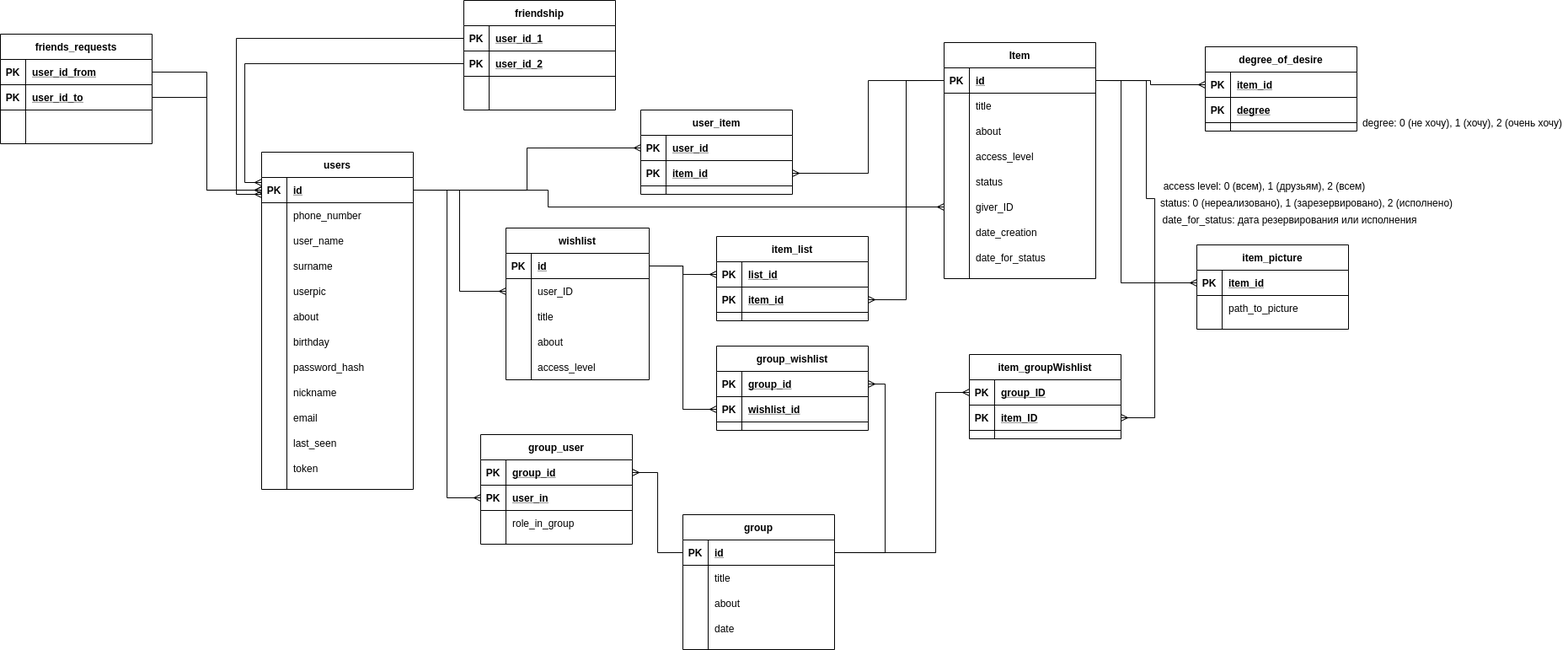
Earlier version of the draw.io export DB_wishlist.png (johuex/wishlist_rest). Source tidied: cells renumbered, new cells last; positions are measured from the earlier drawing's top-left corner, leaving out a move shared by most shapes.
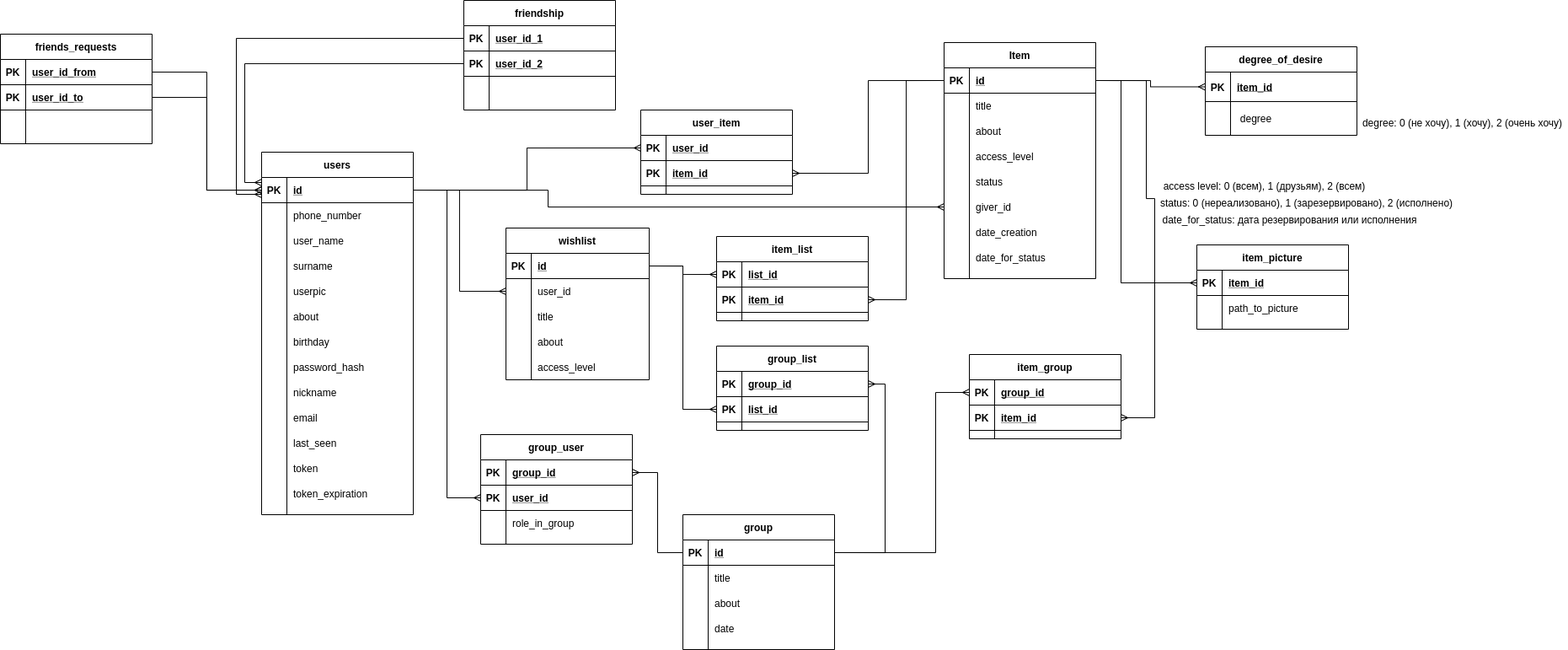
After the commit.

Commit message:
update v2 DB schema; update create_db.sql; moving DB to local

Change to the diagram source:
```diff
@@ -3,7 +3,7 @@
     <mxCell id="0" />
     <mxCell id="1" parent="0" />
     <mxCell id="2" value="users" style="shape=table;startSize=30;rowLines=0;fontStyle=1;align=center;" parent="1" vertex="1">
-      <mxGeometry x="310" y="180" width="180" height="400" as="geometry" />
+      <mxGeometry x="310" y="180" width="180" height="430" as="geometry" />
     </mxCell>
     <mxCell id="3" style="shape=partialRectangle;fillColor=none;top=0;left=0;bottom=1;right=0;points=[[0,0.5],[1,0.5]];portConstraint=eastwest;" parent="2" vertex="1">
       <mxGeometry y="30" width="180" height="30" as="geometry" />
@@ -104,13 +104,22 @@
     <mxCell id="35" value="last_seen" style="shape=partialRectangle;fillColor=none;top=0;left=0;bottom=0;right=0;align=left;spacingLeft=6;overflow=hidden;" parent="33" vertex="1">
       <mxGeometry x="30" width="150" height="30" as="geometry" />
     </mxCell>
+    <mxCell id="187" style="shape=partialRectangle;fillColor=none;top=0;left=0;bottom=0;right=0;" parent="2" vertex="1">
+      <mxGeometry y="360" width="180" height="30" as="geometry" />
+    </mxCell>
+    <mxCell id="188" style="shape=partialRectangle;fillColor=none;top=0;left=0;bottom=0;right=0;overflow=hidden;" parent="187" vertex="1">
+      <mxGeometry width="30" height="30" as="geometry" />
+    </mxCell>
+    <mxCell id="189" value="token" style="shape=partialRectangle;fillColor=none;top=0;left=0;bottom=0;right=0;align=left;spacingLeft=6;overflow=hidden;" parent="187" vertex="1">
+      <mxGeometry x="30" width="150" height="30" as="geometry" />
+    </mxCell>
     <mxCell id="36" style="shape=partialRectangle;fillColor=none;top=0;left=0;bottom=0;right=0;" parent="2" vertex="1">
-      <mxGeometry y="360" width="180" height="30" as="geometry" />
+      <mxGeometry y="390" width="180" height="30" as="geometry" />
     </mxCell>
     <mxCell id="37" style="shape=partialRectangle;fillColor=none;top=0;left=0;bottom=0;right=0;overflow=hidden;" parent="36" vertex="1">
       <mxGeometry width="30" height="30" as="geometry" />
     </mxCell>
-    <mxCell id="38" value="token" style="shape=partialRectangle;fillColor=none;top=0;left=0;bottom=0;right=0;align=left;spacingLeft=6;overflow=hidden;" parent="36" vertex="1">
+    <mxCell id="38" value="token_expiration" style="shape=partialRectangle;fillColor=none;top=0;left=0;bottom=0;right=0;align=left;spacingLeft=6;overflow=hidden;" parent="36" vertex="1">
       <mxGeometry x="30" width="150" height="30" as="geometry" />
     </mxCell>
     <mxCell id="39" style="edgeStyle=orthogonalEdgeStyle;rounded=0;jettySize=auto;html=1;exitX=1;exitY=0.5;exitDx=0;exitDy=0;entryX=0;entryY=0.5;entryDx=0;entryDy=0;endArrow=ERmany;endFill=0;" parent="1" edge="1" source="3" target="122">
@@ -242,7 +251,7 @@
     <mxCell id="75" value="PK" style="shape=partialRectangle;fillColor=none;top=0;left=0;bottom=0;right=0;fontStyle=1;overflow=hidden;" parent="74" vertex="1">
       <mxGeometry width="30" height="30" as="geometry" />
     </mxCell>
-    <mxCell id="76" value="user_in" style="shape=partialRectangle;fillColor=none;top=0;left=0;bottom=0;right=0;align=left;spacingLeft=6;fontStyle=5;overflow=hidden;" parent="74" vertex="1">
+    <mxCell id="76" value="user_id" style="shape=partialRectangle;fillColor=none;top=0;left=0;bottom=0;right=0;align=left;spacingLeft=6;fontStyle=5;overflow=hidden;" parent="74" vertex="1">
       <mxGeometry x="30" width="150" height="30" as="geometry" />
     </mxCell>
     <mxCell id="77" style="shape=partialRectangle;fillColor=none;top=0;left=0;bottom=0;right=0;" parent="70" vertex="1">
@@ -347,7 +356,7 @@
     <mxCell id="110" style="shape=partialRectangle;fillColor=none;top=0;left=0;bottom=0;right=0;overflow=hidden;" parent="109" vertex="1">
       <mxGeometry width="30" height="30" as="geometry" />
     </mxCell>
-    <mxCell id="111" value="giver_ID" style="shape=partialRectangle;fillColor=none;top=0;left=0;bottom=0;right=0;align=left;spacingLeft=6;overflow=hidden;" parent="109" vertex="1">
+    <mxCell id="111" value="giver_id" style="shape=partialRectangle;fillColor=none;top=0;left=0;bottom=0;right=0;align=left;spacingLeft=6;overflow=hidden;" parent="109" vertex="1">
       <mxGeometry x="30" width="150" height="30" as="geometry" />
     </mxCell>
     <mxCell id="112" style="shape=partialRectangle;fillColor=none;top=0;left=0;bottom=0;right=0;" parent="93" vertex="1">
@@ -386,7 +395,7 @@
     <mxCell id="123" style="shape=partialRectangle;fillColor=none;top=0;left=0;bottom=0;right=0;overflow=hidden;" parent="122" vertex="1">
       <mxGeometry width="30" height="30" as="geometry" />
     </mxCell>
-    <mxCell id="124" value="user_ID" style="shape=partialRectangle;fillColor=none;top=0;left=0;bottom=0;right=0;align=left;spacingLeft=6;overflow=hidden;" parent="122" vertex="1">
+    <mxCell id="124" value="user_id" style="shape=partialRectangle;fillColor=none;top=0;left=0;bottom=0;right=0;align=left;spacingLeft=6;overflow=hidden;" parent="122" vertex="1">
       <mxGeometry x="30" width="140" height="30" as="geometry" />
     </mxCell>
     <mxCell id="125" style="shape=partialRectangle;fillColor=none;top=0;left=0;bottom=0;right=0;" parent="118" vertex="1">
@@ -445,7 +454,7 @@
         </Array>
       </mxGeometry>
     </mxCell>
-    <mxCell id="142" value="group_wishlist" style="shape=table;startSize=30;rowLines=0;fontStyle=1;align=center;" parent="1" vertex="1">
+    <mxCell id="142" value="group_list" style="shape=table;startSize=30;rowLines=0;fontStyle=1;align=center;" parent="1" vertex="1">
       <mxGeometry x="850" y="410" width="180" height="100" as="geometry" />
     </mxCell>
     <mxCell id="143" style="shape=partialRectangle;fillColor=none;top=0;left=0;bottom=1;right=0;points=[[0,0.5],[1,0.5]];portConstraint=eastwest;" parent="142" vertex="1">
@@ -463,7 +472,7 @@
     <mxCell id="147" value="PK" style="shape=partialRectangle;fillColor=none;top=0;left=0;bottom=0;right=0;fontStyle=1;overflow=hidden;" parent="146" vertex="1">
       <mxGeometry width="30" height="30" as="geometry" />
     </mxCell>
-    <mxCell id="148" value="wishlist_id" style="shape=partialRectangle;fillColor=none;top=0;left=0;bottom=0;right=0;align=left;spacingLeft=6;fontStyle=5;overflow=hidden;" parent="146" vertex="1">
+    <mxCell id="148" value="list_id" style="shape=partialRectangle;fillColor=none;top=0;left=0;bottom=0;right=0;align=left;spacingLeft=6;fontStyle=5;overflow=hidden;" parent="146" vertex="1">
       <mxGeometry x="30" width="150" height="30" as="geometry" />
     </mxCell>
     <mxCell id="149" style="edgeStyle=orthogonalEdgeStyle;rounded=0;jettySize=auto;html=1;exitX=1;exitY=0.5;exitDx=0;exitDy=0;entryX=1;entryY=0.5;entryDx=0;entryDy=0;endArrow=ERmany;endFill=0;" parent="1" edge="1" source="41" target="143">
@@ -505,7 +514,7 @@
     <mxCell id="161" style="shape=partialRectangle;fillColor=none;top=0;left=0;bottom=0;right=0;align=left;spacingLeft=6;overflow=hidden;" parent="159" vertex="1">
       <mxGeometry x="30" width="150" height="30" as="geometry" />
     </mxCell>
-    <mxCell id="162" value="item_groupWishlist" style="shape=table;startSize=30;rowLines=0;fontStyle=1;align=center;" parent="1" vertex="1">
+    <mxCell id="162" value="item_group" style="shape=table;startSize=30;rowLines=0;fontStyle=1;align=center;" parent="1" vertex="1">
       <mxGeometry x="1150" y="420" width="180" height="100" as="geometry" />
     </mxCell>
     <mxCell id="163" style="shape=partialRectangle;fillColor=none;top=0;left=0;bottom=1;right=0;points=[[0,0.5],[1,0.5]];portConstraint=eastwest;" parent="162" vertex="1">
@@ -514,7 +523,7 @@
     <mxCell id="164" value="PK" style="shape=partialRectangle;fillColor=none;top=0;left=0;bottom=0;right=0;fontStyle=1;overflow=hidden;" parent="163" vertex="1">
       <mxGeometry width="30" height="30" as="geometry" />
     </mxCell>
-    <mxCell id="165" value="group_ID" style="shape=partialRectangle;fillColor=none;top=0;left=0;bottom=0;right=0;align=left;spacingLeft=6;fontStyle=5;overflow=hidden;" parent="163" vertex="1">
+    <mxCell id="165" value="group_id" style="shape=partialRectangle;fillColor=none;top=0;left=0;bottom=0;right=0;align=left;spacingLeft=6;fontStyle=5;overflow=hidden;" parent="163" vertex="1">
       <mxGeometry x="30" width="150" height="30" as="geometry" />
     </mxCell>
     <mxCell id="166" style="shape=partialRectangle;fillColor=none;top=0;left=0;bottom=1;right=0;points=[[0,0.5],[1,0.5]];portConstraint=eastwest;" parent="162" vertex="1">
@@ -523,7 +532,7 @@
     <mxCell id="167" value="PK" style="shape=partialRectangle;fillColor=none;top=0;left=0;bottom=0;right=0;fontStyle=1;overflow=hidden;" parent="166" vertex="1">
       <mxGeometry width="30" height="30" as="geometry" />
     </mxCell>
-    <mxCell id="168" value="item_ID" style="shape=partialRectangle;fillColor=none;top=0;left=0;bottom=0;right=0;align=left;spacingLeft=6;fontStyle=5;overflow=hidden;" parent="166" vertex="1">
+    <mxCell id="168" value="item_id" style="shape=partialRectangle;fillColor=none;top=0;left=0;bottom=0;right=0;align=left;spacingLeft=6;fontStyle=5;overflow=hidden;" parent="166" vertex="1">
       <mxGeometry x="30" width="150" height="30" as="geometry" />
     </mxCell>
     <mxCell id="169" value="degree: 0 (не хочу), 1 (хочу), 2 (очень хочу)" style="text;html=1;align=center;verticalAlign=middle;" parent="1" vertex="1">
@@ -562,28 +571,22 @@
       <mxGeometry x="1370" y="250" width="320" height="20" as="geometry" />
     </mxCell>
     <mxCell id="179" value="degree_of_desire" style="shape=table;startSize=30;rowLines=0;fontStyle=1;align=center;" parent="1" vertex="1">
-      <mxGeometry x="1430" y="55" width="180" height="100" as="geometry" />
+      <mxGeometry x="1430" y="55" width="180" height="105" as="geometry" />
     </mxCell>
     <mxCell id="180" style="shape=partialRectangle;fillColor=none;top=0;left=0;bottom=1;right=0;points=[[0,0.5],[1,0.5]];portConstraint=eastwest;" parent="179" vertex="1">
-      <mxGeometry y="30" width="180" height="30" as="geometry" />
+      <mxGeometry y="30" width="180" height="35" as="geometry" />
     </mxCell>
     <mxCell id="181" value="PK" style="shape=partialRectangle;fillColor=none;top=0;left=0;bottom=0;right=0;fontStyle=1;overflow=hidden;" parent="180" vertex="1">
-      <mxGeometry width="30" height="30" as="geometry" />
+      <mxGeometry width="30" height="35" as="geometry" />
     </mxCell>
     <mxCell id="182" value="item_id" style="shape=partialRectangle;fillColor=none;top=0;left=0;bottom=0;right=0;align=left;spacingLeft=6;fontStyle=5;overflow=hidden;" parent="180" vertex="1">
-      <mxGeometry x="30" width="150" height="30" as="geometry" />
+      <mxGeometry x="30" width="150" height="35" as="geometry" />
     </mxCell>
-    <mxCell id="183" style="shape=partialRectangle;fillColor=none;top=0;left=0;bottom=1;right=0;" parent="179" vertex="1">
-      <mxGeometry y="60" width="180" height="30" as="geometry" />
-    </mxCell>
-    <mxCell id="184" value="PK" style="shape=partialRectangle;fillColor=none;top=0;left=0;bottom=0;right=0;fontStyle=1;overflow=hidden;" parent="183" vertex="1">
-      <mxGeometry width="30" height="30" as="geometry" />
-    </mxCell>
+    <mxCell id="186" style="edgeStyle=orthogonalEdgeStyle;rounded=0;jettySize=auto;html=1;exitX=1;exitY=0.5;exitDx=0;exitDy=0;entryX=0;entryY=0.5;entryDx=0;entryDy=0;endArrow=ERmany;endFill=0;" parent="1" edge="1" source="94" target="180">
+      <mxGeometry relative="1" as="geometry" />
+    </mxCell>
-    <mxCell id="185" value="degree" style="shape=partialRectangle;fillColor=none;top=0;left=0;bottom=0;right=0;align=left;spacingLeft=6;fontStyle=5;overflow=hidden;" parent="183" vertex="1">
-      <mxGeometry x="30" width="150" height="30" as="geometry" />
+    <mxCell id="185" value="degree" style="text;html=1;align=center;verticalAlign=middle;" parent="1" vertex="1">
+      <mxGeometry x="1465" y="130" width="50" height="20" as="geometry" />
     </mxCell>
-    <mxCell id="186" style="edgeStyle=orthogonalEdgeStyle;rounded=0;jettySize=auto;html=1;exitX=1;exitY=0.5;exitDx=0;exitDy=0;entryX=0;entryY=0.5;entryDx=0;entryDy=0;endArrow=ERmany;endFill=0;" parent="1" edge="1" source="94" target="180">
-      <mxGeometry relative="1" as="geometry" />
-    </mxCell>
   </root>
 </mxGraphModel>
```
